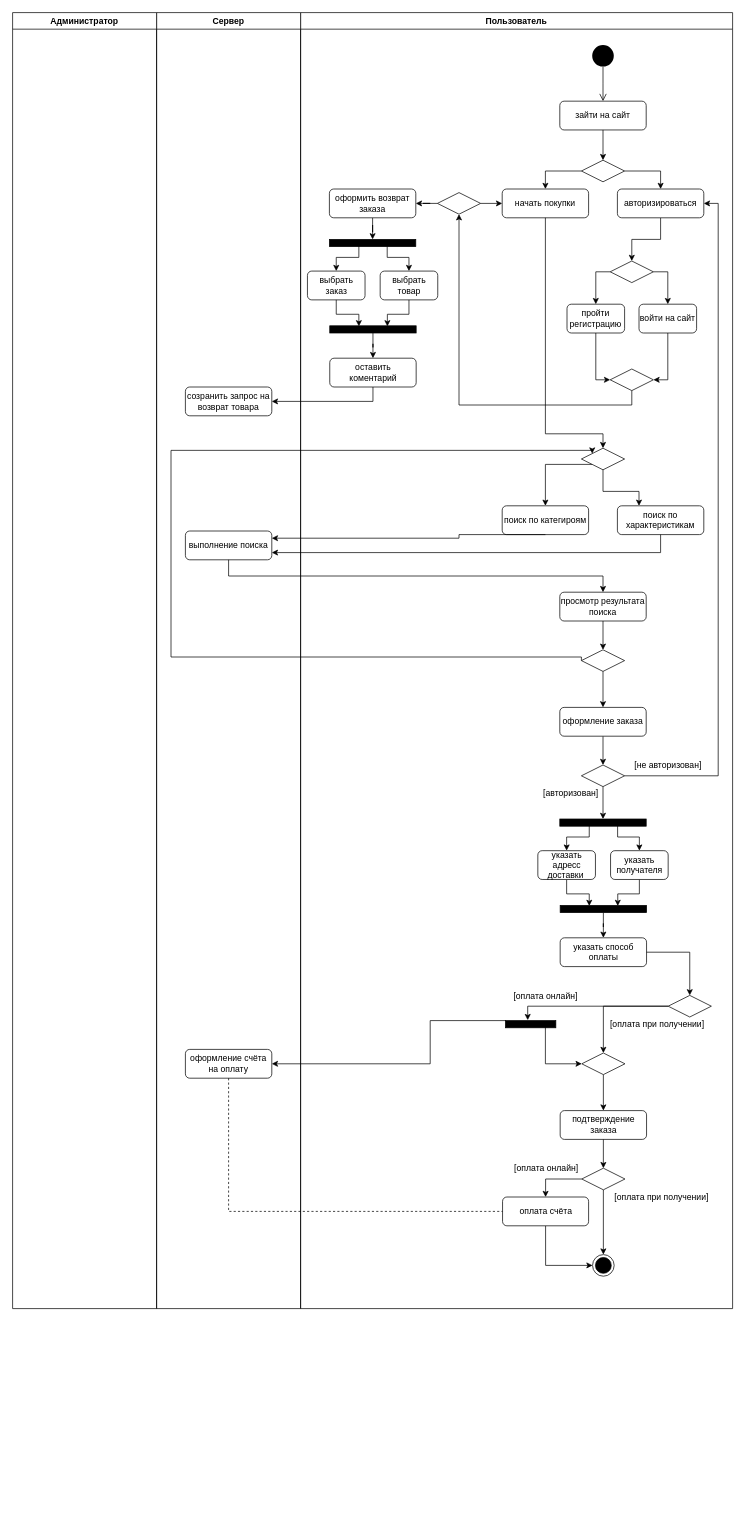
The draw.io diagram activity.drawio in randomunrandom/MSS, before the edit. Source tidied: cells renumbered, new cells numbered last; positions are measured from the earlier drawing's top-left corner, leaving out a move shared by most shapes. Both pictures are drawn from the tidied source at 72%, with x=0, y=0 at pixel (12, 12).
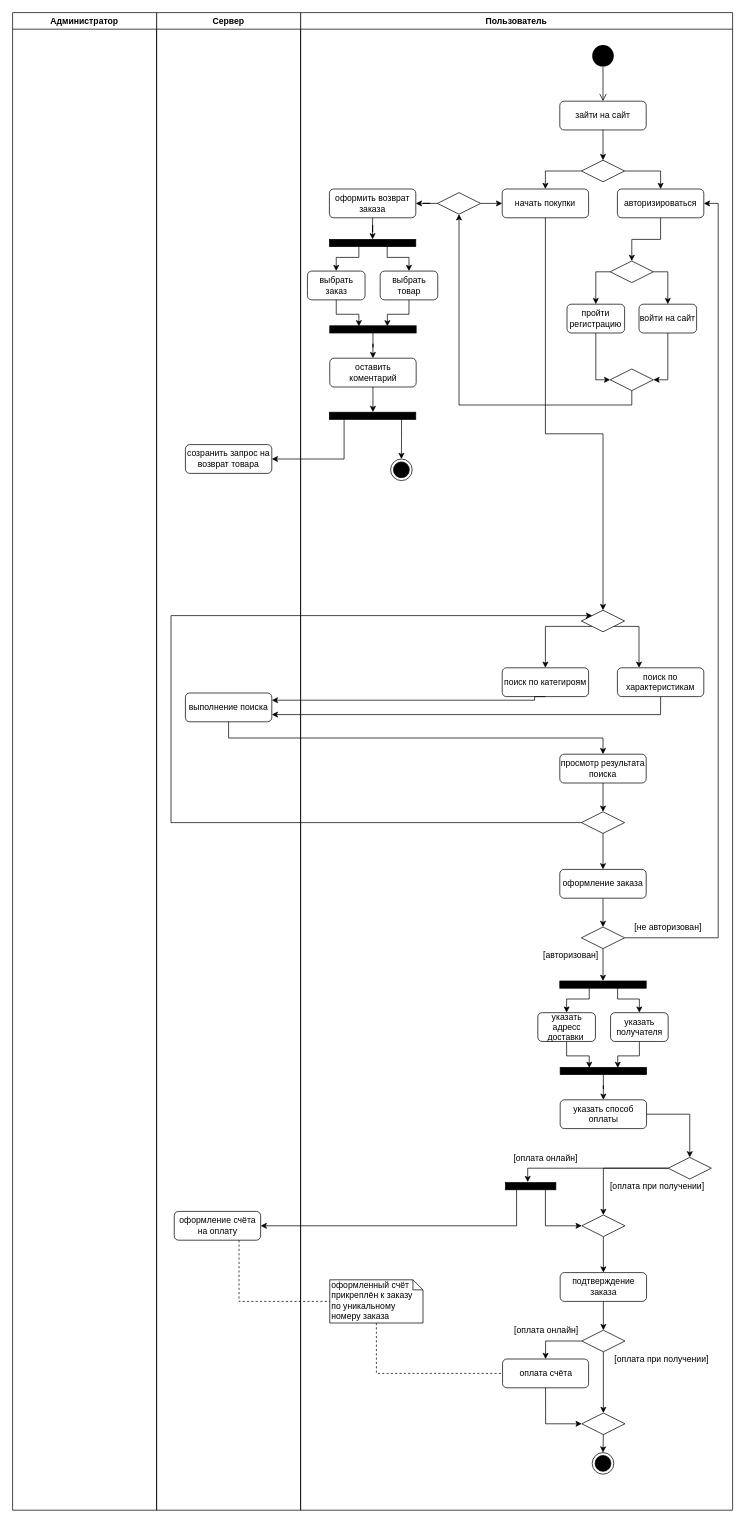
After the change.

The change refers to these unchanged cells:
```xml
<mxCell id="80" value="оставить коментарий" style="rounded=1;whiteSpace=wrap;html=1;fontFamily=Helvetica;fontSize=12;fontColor=#000000;align=center;strokeColor=#000000;fillColor=#ffffff;" parent="2" vertex="1">
  <mxGeometry x="40.5" y="480" width="120" height="40" as="geometry" />
</mxCell>
```

The edit, as a diff of the source:
```diff
@@
     <mxCell id="2" value="Пользователь" style="swimlane;whiteSpace=wrap;" parent="1" vertex="1">
-      <mxGeometry x="400" width="600" height="1800" as="geometry" />
+      <mxGeometry x="400" width="600" height="2080" as="geometry" />
     </mxCell>
@@
-    <mxCell id="20" style="edgeStyle=orthogonalEdgeStyle;rounded=0;jettySize=auto;html=1;exitX=0.5;exitY=1;exitDx=0;exitDy=0;entryX=0.25;entryY=0;entryDx=0;entryDy=0;strokeColor=#000000;" parent="2" edge="1" source="22" target="26">
+    <mxCell id="20" style="edgeStyle=orthogonalEdgeStyle;rounded=0;jettySize=auto;html=1;exitX=1;exitY=1;exitDx=0;exitDy=0;entryX=0.25;entryY=0;entryDx=0;entryDy=0;strokeColor=#000000;" parent="2" edge="1" source="22" target="26">
       <mxGeometry relative="1" as="geometry">
         <Array as="points">
-          <mxPoint x="420" y="665" />
-          <mxPoint x="470" y="665" />
+          <mxPoint x="470.5" y="853" />
         </Array>
       </mxGeometry>
     </mxCell>
     <mxCell id="21" style="edgeStyle=orthogonalEdgeStyle;rounded=0;jettySize=auto;html=1;exitX=0;exitY=1;exitDx=0;exitDy=0;entryX=0.5;entryY=0;entryDx=0;entryDy=0;strokeColor=#000000;" parent="2" edge="1" source="22" target="25">
       <mxGeometry relative="1" as="geometry">
         <Array as="points">
-          <mxPoint x="340" y="628" />
+          <mxPoint x="340" y="853" />
         </Array>
       </mxGeometry>
     </mxCell>
     <mxCell id="22" style="rhombus;whiteSpace=wrap;html=1;strokeColor=#000000;strokeWidth=1;fillColor=#FFFFFF;" parent="2" vertex="1">
-      <mxGeometry x="390" y="605" width="60" height="30" as="geometry" />
+      <mxGeometry x="390" y="830" width="60" height="30" as="geometry" />
     </mxCell>
@@
     <mxCell id="25" value="поиск по категироям" style="rounded=1;whiteSpace=wrap;html=1;fontFamily=Helvetica;fontSize=12;fontColor=#000000;align=center;strokeColor=#000000;fillColor=#ffffff;" parent="2" vertex="1">
-      <mxGeometry x="280" y="685" width="120" height="40" as="geometry" />
+      <mxGeometry x="280" y="910" width="120" height="40" as="geometry" />
     </mxCell>
     <mxCell id="26" value="поиск по&lt;br&gt;характеристикам" style="rounded=1;whiteSpace=wrap;html=1;fontFamily=Helvetica;fontSize=12;fontColor=#000000;align=center;strokeColor=#000000;fillColor=#ffffff;" parent="2" vertex="1">
-      <mxGeometry x="440" y="685" width="120" height="40" as="geometry" />
+      <mxGeometry x="440" y="910" width="120" height="40" as="geometry" />
     </mxCell>
@@
     <mxCell id="29" value="просмотр результата поиска" style="rounded=1;whiteSpace=wrap;html=1;fontFamily=Helvetica;fontSize=12;fontColor=#000000;align=center;strokeColor=#000000;fillColor=#ffffff;" parent="2" vertex="1">
-      <mxGeometry x="360" y="805" width="120" height="40" as="geometry" />
+      <mxGeometry x="360" y="1030" width="120" height="40" as="geometry" />
     </mxCell>
     <mxCell id="30" style="edgeStyle=orthogonalEdgeStyle;rounded=0;jettySize=auto;html=1;exitX=0;exitY=0.5;exitDx=0;exitDy=0;entryX=0;entryY=0;entryDx=0;entryDy=0;strokeColor=#000000;" parent="2" edge="1" source="31" target="22">
       <mxGeometry relative="1" as="geometry">
         <Array as="points">
-          <mxPoint x="-180" y="895" />
-          <mxPoint x="-180" y="608" />
+          <mxPoint x="-180" y="1125" />
+          <mxPoint x="-180" y="838" />
         </Array>
       </mxGeometry>
     </mxCell>
     <mxCell id="31" style="rhombus;whiteSpace=wrap;html=1;strokeColor=#000000;strokeWidth=1;fillColor=#FFFFFF;" parent="2" vertex="1">
-      <mxGeometry x="390" y="885" width="60" height="30" as="geometry" />
+      <mxGeometry x="390" y="1110" width="60" height="30" as="geometry" />
     </mxCell>
@@
     <mxCell id="34" value="оформление заказа" style="rounded=1;whiteSpace=wrap;html=1;fontFamily=Helvetica;fontSize=12;fontColor=#000000;align=center;strokeColor=#000000;fillColor=#ffffff;" parent="2" vertex="1">
-      <mxGeometry x="360" y="965" width="120" height="40" as="geometry" />
+      <mxGeometry x="360" y="1190" width="120" height="40" as="geometry" />
     </mxCell>
@@
     <mxCell id="36" style="html=1;points=[];perimeter=orthogonalPerimeter;strokeColor=#000000;strokeWidth=1;fillColor=#000000;rotation=90;" parent="2" vertex="1">
-      <mxGeometry x="415" y="1065" width="10" height="120" as="geometry" />
+      <mxGeometry x="415" y="1290" width="10" height="120" as="geometry" />
     </mxCell>
@@
     <mxCell id="38" value="указать способ оплаты" style="rounded=1;whiteSpace=wrap;html=1;fontFamily=Helvetica;fontSize=12;fontColor=#000000;align=center;strokeColor=#000000;fillColor=#ffffff;" parent="2" vertex="1">
-      <mxGeometry x="360.5" y="1285" width="120" height="40" as="geometry" />
+      <mxGeometry x="360.5" y="1510" width="120" height="40" as="geometry" />
     </mxCell>
@@
     <mxCell id="40" value="указать адресс доставки&amp;nbsp;" style="rounded=1;whiteSpace=wrap;html=1;fontFamily=Helvetica;fontSize=12;fontColor=#000000;align=center;strokeColor=#000000;fillColor=#ffffff;" parent="2" vertex="1">
-      <mxGeometry x="329.5" y="1164" width="80" height="40" as="geometry" />
+      <mxGeometry x="329.5" y="1389" width="80" height="40" as="geometry" />
     </mxCell>
@@
     <mxCell id="42" value="указать получателя" style="rounded=1;whiteSpace=wrap;html=1;fontFamily=Helvetica;fontSize=12;fontColor=#000000;align=center;strokeColor=#000000;fillColor=#ffffff;" parent="2" vertex="1">
-      <mxGeometry x="430.5" y="1164" width="80" height="40" as="geometry" />
+      <mxGeometry x="430.5" y="1389" width="80" height="40" as="geometry" />
     </mxCell>
     <mxCell id="43" style="edgeStyle=orthogonalEdgeStyle;rounded=0;jettySize=auto;html=1;exitX=0.838;exitY=0.659;exitDx=0;exitDy=0;strokeColor=#000000;entryX=0.5;entryY=0;entryDx=0;entryDy=0;exitPerimeter=0;" parent="2" edge="1" source="36" target="40">
       <mxGeometry relative="1" as="geometry">
         <Array as="points">
-          <mxPoint x="401.5" y="1145" />
-          <mxPoint x="369.5" y="1145" />
+          <mxPoint x="401.5" y="1370" />
+          <mxPoint x="369.5" y="1370" />
         </Array>
       </mxGeometry>
     </mxCell>
     <mxCell id="44" style="edgeStyle=orthogonalEdgeStyle;rounded=0;jettySize=auto;html=1;exitX=0.941;exitY=0.331;exitDx=0;exitDy=0;strokeColor=#000000;entryX=0.5;entryY=0;entryDx=0;entryDy=0;exitPerimeter=0;" parent="2" edge="1" source="36" target="42">
       <mxGeometry relative="1" as="geometry">
         <Array as="points">
-          <mxPoint x="440.5" y="1145" />
-          <mxPoint x="470.5" y="1145" />
+          <mxPoint x="440.5" y="1370" />
+          <mxPoint x="470.5" y="1370" />
         </Array>
       </mxGeometry>
     </mxCell>
     <mxCell id="45" style="html=1;points=[];perimeter=orthogonalPerimeter;strokeColor=#000000;strokeWidth=1;fillColor=#000000;rotation=90;" parent="2" vertex="1">
-      <mxGeometry x="415.5" y="1185" width="10" height="120" as="geometry" />
+      <mxGeometry x="415.5" y="1410" width="10" height="120" as="geometry" />
     </mxCell>
     <mxCell id="46" style="rhombus;whiteSpace=wrap;html=1;strokeColor=#000000;strokeWidth=1;fillColor=#FFFFFF;" parent="2" vertex="1">
-      <mxGeometry x="390" y="1045" width="60" height="30" as="geometry" />
+      <mxGeometry x="390" y="1270" width="60" height="30" as="geometry" />
     </mxCell>
@@
     <mxCell id="48" value="[не авторизован]" style="text;html=1;align=center;verticalAlign=middle;" parent="2" vertex="1">
-      <mxGeometry x="455" y="1035" width="110" height="20" as="geometry" />
+      <mxGeometry x="455" y="1260" width="110" height="20" as="geometry" />
     </mxCell>
     <mxCell id="49" value="[авторизован]" style="text;html=1;align=center;verticalAlign=middle;" parent="2" vertex="1">
-      <mxGeometry x="329.5" y="1075" width="90" height="20" as="geometry" />
+      <mxGeometry x="329.5" y="1300" width="90" height="20" as="geometry" />
     </mxCell>
     <mxCell id="50" value="[оплата онлайн]" style="text;html=1;align=center;verticalAlign=middle;" parent="2" vertex="1">
-      <mxGeometry x="290" y="1357" width="100" height="20" as="geometry" />
+      <mxGeometry x="290" y="1582" width="100" height="20" as="geometry" />
     </mxCell>
     <mxCell id="51" value="[оплата при получении]" style="text;html=1;align=center;verticalAlign=middle;" parent="2" vertex="1">
-      <mxGeometry x="419.5" y="1395" width="150" height="20" as="geometry" />
+      <mxGeometry x="419.5" y="1620" width="150" height="20" as="geometry" />
     </mxCell>
     <mxCell id="52" style="edgeStyle=orthogonalEdgeStyle;rounded=0;jettySize=auto;html=1;strokeColor=#000000;entryX=0;entryY=0.5;entryDx=0;entryDy=0;" parent="2" edge="1" source="53" target="56">
       <mxGeometry relative="1" as="geometry">
         <Array as="points">
-          <mxPoint x="340" y="1405" />
-          <mxPoint x="340" y="1460" />
+          <mxPoint x="340" y="1630" />
+          <mxPoint x="340" y="1685" />
         </Array>
       </mxGeometry>
     </mxCell>
     <mxCell id="53" style="html=1;points=[];perimeter=orthogonalPerimeter;strokeColor=#000000;strokeWidth=1;fillColor=#000000;rotation=90;" parent="2" vertex="1">
-      <mxGeometry x="314.5" y="1370" width="10" height="70" as="geometry" />
+      <mxGeometry x="314.5" y="1595" width="10" height="70" as="geometry" />
     </mxCell>
     <mxCell id="54" value="подтверждение заказа" style="rounded=1;whiteSpace=wrap;html=1;fontFamily=Helvetica;fontSize=12;fontColor=#000000;align=center;strokeColor=#000000;fillColor=#ffffff;" parent="2" vertex="1">
-      <mxGeometry x="360.5" y="1525" width="120" height="40" as="geometry" />
+      <mxGeometry x="360.5" y="1750" width="120" height="40" as="geometry" />
     </mxCell>
@@
     <mxCell id="56" style="rhombus;whiteSpace=wrap;html=1;strokeColor=#000000;strokeWidth=1;fillColor=#FFFFFF;" parent="2" vertex="1">
-      <mxGeometry x="390.5" y="1445" width="60" height="30" as="geometry" />
+      <mxGeometry x="390.5" y="1670" width="60" height="30" as="geometry" />
     </mxCell>
@@
-    <mxCell id="58" style="edgeStyle=orthogonalEdgeStyle;rounded=0;jettySize=auto;html=1;strokeColor=#000000;entryX=0.5;entryY=0;entryDx=0;entryDy=0;" parent="2" edge="1" source="59" target="65">
+    <mxCell id="58" style="edgeStyle=orthogonalEdgeStyle;rounded=0;jettySize=auto;html=1;strokeColor=#000000;entryX=0.5;entryY=0;entryDx=0;entryDy=0;" parent="2" edge="1" source="59" target="99">
       <mxGeometry relative="1" as="geometry" />
     </mxCell>
     <mxCell id="59" style="rhombus;whiteSpace=wrap;html=1;strokeColor=#000000;strokeWidth=1;fillColor=#FFFFFF;" parent="2" vertex="1">
-      <mxGeometry x="390.5" y="1605" width="60" height="30" as="geometry" />
+      <mxGeometry x="390.5" y="1830" width="60" height="30" as="geometry" />
     </mxCell>
@@
     <mxCell id="61" value="[оплата при получении]" style="text;html=1;align=center;verticalAlign=middle;" parent="2" vertex="1">
-      <mxGeometry x="425.5" y="1635" width="150" height="20" as="geometry" />
+      <mxGeometry x="425.5" y="1860" width="150" height="20" as="geometry" />
     </mxCell>
     <mxCell id="62" value="[оплата онлайн]" style="text;html=1;align=center;verticalAlign=middle;" parent="2" vertex="1">
-      <mxGeometry x="290.5" y="1595" width="100" height="20" as="geometry" />
+      <mxGeometry x="290.5" y="1820" width="100" height="20" as="geometry" />
     </mxCell>
-    <mxCell id="63" style="edgeStyle=orthogonalEdgeStyle;rounded=0;jettySize=auto;html=1;exitX=0.5;exitY=1;exitDx=0;exitDy=0;entryX=0;entryY=0.5;entryDx=0;entryDy=0;endArrow=classic;endFill=1;strokeColor=#000000;" parent="2" edge="1" source="64" target="65">
+    <mxCell id="63" style="edgeStyle=orthogonalEdgeStyle;rounded=0;jettySize=auto;html=1;exitX=0.5;exitY=1;exitDx=0;exitDy=0;endArrow=classic;endFill=1;strokeColor=#000000;entryX=0;entryY=0.5;entryDx=0;entryDy=0;" parent="2" edge="1" source="64" target="99">
       <mxGeometry relative="1" as="geometry" />
     </mxCell>
     <mxCell id="64" value="оплата счёта" style="rounded=1;whiteSpace=wrap;html=1;fontFamily=Helvetica;fontSize=12;fontColor=#000000;align=center;strokeColor=#000000;fillColor=#ffffff;" parent="2" vertex="1">
-      <mxGeometry x="280.5" y="1645" width="119.5" height="40" as="geometry" />
+      <mxGeometry x="280.5" y="1870" width="119.5" height="40" as="geometry" />
     </mxCell>
-    <mxCell id="65" style="ellipse;html=1;shape=endState;fillColor=#000000;strokeColor=#000000;" parent="2" vertex="1">
-      <mxGeometry x="405.5" y="1725" width="30" height="30" as="geometry" />
-    </mxCell>
@@
+    <mxCell id="96" style="edgeStyle=orthogonalEdgeStyle;rounded=0;jettySize=auto;html=1;exitX=0.932;exitY=0.165;exitDx=0;exitDy=0;exitPerimeter=0;entryX=0.5;entryY=0;entryDx=0;entryDy=0;" parent="2" edge="1" source="97" target="98">
+      <mxGeometry relative="1" as="geometry" />
+    </mxCell>
+    <mxCell id="97" style="html=1;points=[];perimeter=orthogonalPerimeter;strokeColor=#000000;strokeWidth=1;fillColor=#000000;rotation=90;" parent="2" vertex="1">
+      <mxGeometry x="95" y="500" width="10" height="120" as="geometry" />
+    </mxCell>
+    <mxCell id="95" style="edgeStyle=orthogonalEdgeStyle;rounded=0;jettySize=auto;html=1;exitX=0.5;exitY=1;exitDx=0;exitDy=0;entryX=-0.019;entryY=0.496;entryDx=0;entryDy=0;entryPerimeter=0;" parent="2" edge="1" source="80" target="97">
+      <mxGeometry relative="1" as="geometry" />
+    </mxCell>
+    <mxCell id="98" style="ellipse;html=1;shape=endState;fillColor=#000000;strokeColor=#000000;" parent="2" vertex="1">
+      <mxGeometry x="125" y="620" width="30" height="30" as="geometry" />
+    </mxCell>
+    <mxCell id="99" style="rhombus;whiteSpace=wrap;html=1;strokeColor=#000000;strokeWidth=1;fillColor=#FFFFFF;" parent="2" vertex="1">
+      <mxGeometry x="390.5" y="1945" width="60" height="30" as="geometry" />
+    </mxCell>
+    <mxCell id="100" value="оформленный счёт прикреплён к заказу по уникальному номеру заказа" style="shape=note;whiteSpace=wrap;html=1;size=14;verticalAlign=top;align=left;spacingTop=-6;" parent="2" vertex="1">
+      <mxGeometry x="40.5" y="1760" width="129.5" height="60" as="geometry" />
+    </mxCell>
+    <mxCell id="94" style="edgeStyle=orthogonalEdgeStyle;rounded=0;jettySize=auto;html=1;exitX=0.5;exitY=1;exitDx=0;exitDy=0;entryX=0;entryY=0.5;entryDx=0;entryDy=0;strokeColor=#000000;dashed=1;endArrow=none;endFill=0;exitPerimeter=0;" parent="2" edge="1" source="100" target="64">
+      <mxGeometry relative="1" as="geometry" />
+    </mxCell>
+    <mxCell id="101" style="ellipse;html=1;shape=endState;fillColor=#000000;strokeColor=#000000;" parent="2" vertex="1">
+      <mxGeometry x="405" y="2000" width="30" height="30" as="geometry" />
+    </mxCell>
     <mxCell id="81" value="Сервер" style="swimlane;whiteSpace=wrap;" parent="1" vertex="1">
-      <mxGeometry x="200" width="200" height="1800" as="geometry" />
+      <mxGeometry x="200" width="200" height="2080" as="geometry" />
     </mxCell>
     <mxCell id="82" value="выполнение поиска" style="rounded=1;whiteSpace=wrap;html=1;fontFamily=Helvetica;fontSize=12;fontColor=#000000;align=center;strokeColor=#000000;fillColor=#ffffff;" parent="81" vertex="1">
-      <mxGeometry x="40" y="720" width="120" height="40" as="geometry" />
+      <mxGeometry x="40" y="945" width="120" height="40" as="geometry" />
     </mxCell>
     <mxCell id="83" value="оформление счёта на оплату" style="rounded=1;whiteSpace=wrap;html=1;fontFamily=Helvetica;fontSize=12;fontColor=#000000;align=center;strokeColor=#000000;fillColor=#ffffff;" parent="81" vertex="1">
-      <mxGeometry x="40" y="1440" width="120" height="40" as="geometry" />
+      <mxGeometry x="24.5" y="1665" width="120" height="40" as="geometry" />
     </mxCell>
     <mxCell id="84" value="созранить запрос на возврат товара" style="rounded=1;whiteSpace=wrap;html=1;fontFamily=Helvetica;fontSize=12;fontColor=#000000;align=center;strokeColor=#000000;fillColor=#ffffff;" parent="81" vertex="1">
-      <mxGeometry x="40" y="520" width="120" height="40" as="geometry" />
+      <mxGeometry x="40" y="600" width="120" height="40" as="geometry" />
     </mxCell>
     <mxCell id="85" value="Администратор" style="swimlane;whiteSpace=wrap;" parent="1" vertex="1">
-      <mxGeometry width="200" height="1800" as="geometry" />
+      <mxGeometry width="200" height="2080" as="geometry" />
     </mxCell>
     <mxCell id="86" style="edgeStyle=orthogonalEdgeStyle;rounded=0;jettySize=auto;html=1;exitX=0.5;exitY=1;exitDx=0;exitDy=0;strokeColor=#000000;entryX=1;entryY=0.25;entryDx=0;entryDy=0;" parent="1" edge="1" source="25" target="82">
       <mxGeometry relative="1" as="geometry">
         <Array as="points">
-          <mxPoint x="620" y="730" />
+          <mxPoint x="725" y="955" />
         </Array>
       </mxGeometry>
     </mxCell>
@@
     <mxCell id="91" style="rhombus;whiteSpace=wrap;html=1;strokeColor=#000000;strokeWidth=1;fillColor=#FFFFFF;" parent="1" vertex="1">
-      <mxGeometry x="910.5" y="1365" width="60" height="30" as="geometry" />
+      <mxGeometry x="910.5" y="1590" width="60" height="30" as="geometry" />
     </mxCell>
@@
-    <mxCell id="93" style="edgeStyle=orthogonalEdgeStyle;rounded=0;jettySize=auto;html=1;strokeColor=#000000;entryX=1;entryY=0.5;entryDx=0;entryDy=0;" parent="1" edge="1" source="53" target="83">
+    <mxCell id="93" style="edgeStyle=orthogonalEdgeStyle;rounded=0;jettySize=auto;html=1;strokeColor=#000000;entryX=1;entryY=0.5;entryDx=0;entryDy=0;exitX=0.933;exitY=0.779;exitDx=0;exitDy=0;exitPerimeter=0;" parent="1" edge="1" source="53" target="83">
       <mxGeometry relative="1" as="geometry">
         <Array as="points">
-          <mxPoint x="580" y="1400" />
-          <mxPoint x="580" y="1460" />
+          <mxPoint x="700" y="1685" />
         </Array>
       </mxGeometry>
     </mxCell>
-    <mxCell id="94" style="edgeStyle=orthogonalEdgeStyle;rounded=0;jettySize=auto;html=1;exitX=0.5;exitY=1;exitDx=0;exitDy=0;entryX=0;entryY=0.5;entryDx=0;entryDy=0;strokeColor=#000000;dashed=1;endArrow=none;endFill=0;" parent="1" edge="1" source="83" target="64">
-      <mxGeometry relative="1" as="geometry" />
-    </mxCell>
-    <mxCell id="95" style="edgeStyle=orthogonalEdgeStyle;rounded=0;jettySize=auto;html=1;exitX=0.5;exitY=1;exitDx=0;exitDy=0;" parent="1" edge="1" source="80">
-      <mxGeometry relative="1" as="geometry">
-        <mxPoint x="360" y="540" as="targetPoint" />
-        <Array as="points">
-          <mxPoint x="500" y="540" />
-        </Array>
-      </mxGeometry>
-    </mxCell>
+    <mxCell id="102" style="edgeStyle=orthogonalEdgeStyle;rounded=0;jettySize=auto;html=1;entryX=1;entryY=0.5;entryDx=0;entryDy=0;exitX=0.92;exitY=0.83;exitDx=0;exitDy=0;exitPerimeter=0;" parent="1" edge="1" source="97" target="84">
+      <mxGeometry relative="1" as="geometry">
+        <Array as="points">
+          <mxPoint x="460" y="620" />
+        </Array>
+      </mxGeometry>
+    </mxCell>
+    <mxCell id="103" style="edgeStyle=orthogonalEdgeStyle;rounded=0;jettySize=auto;html=1;exitX=0.5;exitY=1;exitDx=0;exitDy=0;" parent="1" edge="1" source="99">
+      <mxGeometry relative="1" as="geometry">
+        <mxPoint x="820" y="2000" as="targetPoint" />
+      </mxGeometry>
+    </mxCell>
+    <mxCell id="104" style="edgeStyle=orthogonalEdgeStyle;rounded=0;jettySize=auto;html=1;exitX=0.75;exitY=1;exitDx=0;exitDy=0;entryX=0;entryY=0.5;entryDx=0;entryDy=0;strokeColor=#000000;dashed=1;endArrow=none;endFill=0;" parent="1" edge="1" source="83" target="100">
+      <mxGeometry relative="1" as="geometry" />
+    </mxCell>
```
